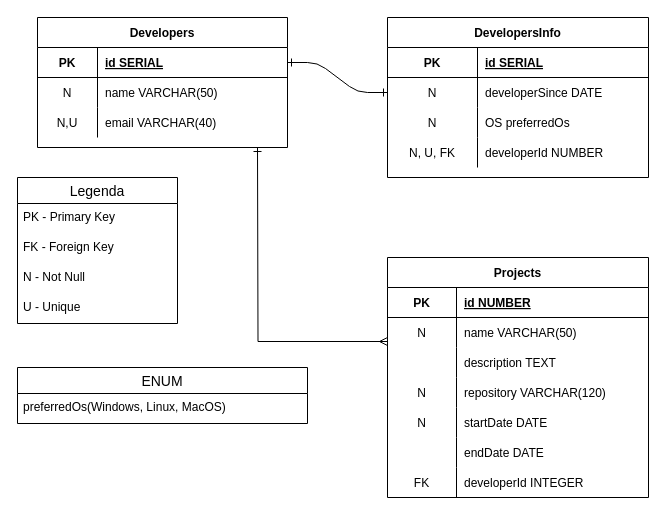
Before: S2-PS01.drawio in raiannalimacode/diagrams, a draw.io diagram. Source tidied: cells renumbered, new cells numbered last; positions are measured from the earlier drawing's top-left corner, leaving out a move shared by most shapes. Both pictures are drawn from the tidied source at 100%, with x=0, y=0 at pixel (17, 17).
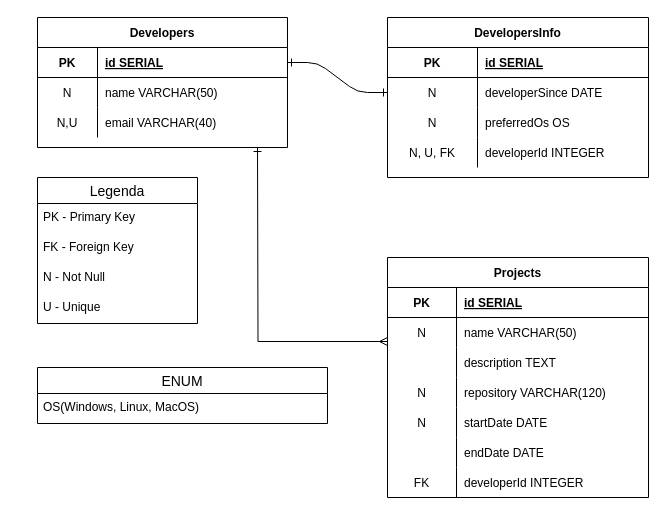
After the change.

The change refers to these unchanged cells:
```xml
<mxCell id="10" style="shape=partialRectangle;fillColor=none;top=0;left=0;right=0;bottom=0;" parent="3" vertex="1">
  <mxGeometry y="90" width="261" height="30" as="geometry" />
</mxCell>
<mxCell id="13" style="shape=partialRectangle;fillColor=none;top=0;left=0;right=0;bottom=0;" parent="3" vertex="1">
  <mxGeometry y="120" width="261" height="30" as="geometry" />
</mxCell>
<mxCell id="17" style="shape=partialRectangle;fillColor=none;top=0;left=0;right=0;bottom=1;" parent="16" vertex="1">
  <mxGeometry y="30" width="261" height="30" as="geometry" />
</mxCell>
```

What changed in the source:
```diff
@@
-    <mxCell id="12" value="OS preferredOs" style="shape=partialRectangle;overflow=hidden;fillColor=none;top=0;left=0;bottom=0;right=0;align=left;spacingLeft=6;" parent="10" vertex="1">
+    <mxCell id="12" value="preferredOs OS" style="shape=partialRectangle;overflow=hidden;fillColor=none;top=0;left=0;bottom=0;right=0;align=left;spacingLeft=6;" parent="10" vertex="1">
       <mxGeometry x="90" width="171" height="30" as="geometry" />
     </mxCell>
@@
-    <mxCell id="15" value="developerId NUMBER " style="shape=partialRectangle;overflow=hidden;fillColor=none;top=0;left=0;bottom=0;right=0;align=left;spacingLeft=6;" parent="13" vertex="1">
+    <mxCell id="15" value="developerId INTEGER " style="shape=partialRectangle;overflow=hidden;fillColor=none;top=0;left=0;bottom=0;right=0;align=left;spacingLeft=6;" parent="13" vertex="1">
       <mxGeometry x="90" width="171" height="30" as="geometry" />
     </mxCell>
@@
-    <mxCell id="19" value="id NUMBER" style="shape=partialRectangle;overflow=hidden;fillColor=none;top=0;left=0;bottom=0;right=0;align=left;spacingLeft=6;fontStyle=5;" parent="17" vertex="1">
+    <mxCell id="19" value="id SERIAL" style="shape=partialRectangle;overflow=hidden;fillColor=none;top=0;left=0;bottom=0;right=0;align=left;spacingLeft=6;fontStyle=5;" parent="17" vertex="1">
       <mxGeometry x="69" width="192" height="30" as="geometry" />
     </mxCell>
@@
     <mxCell id="48" value="Legenda" style="swimlane;fontStyle=0;horizontal=1;startSize=26;align=center;fontSize=14;" parent="1" vertex="1">
-      <mxGeometry y="160" width="160" height="146" as="geometry" />
+      <mxGeometry x="20" y="160" width="160" height="146" as="geometry" />
     </mxCell>
@@
     <mxCell id="53" value="ENUM" style="swimlane;fontStyle=0;horizontal=1;startSize=26;align=center;fontSize=14;" parent="1" vertex="1">
-      <mxGeometry y="350" width="290" height="56" as="geometry" />
+      <mxGeometry x="20" y="350" width="290" height="56" as="geometry" />
     </mxCell>
-    <mxCell id="54" value="preferredOs(Windows, Linux, MacOS)" style="text;strokeColor=none;fillColor=none;spacingLeft=4;spacingRight=4;overflow=hidden;fontSize=12;whiteSpace=wrap;html=1;" parent="53" vertex="1">
+    <mxCell id="54" value="OS(Windows, Linux, MacOS)" style="text;strokeColor=none;fillColor=none;spacingLeft=4;spacingRight=4;overflow=hidden;fontSize=12;whiteSpace=wrap;html=1;" parent="53" vertex="1">
       <mxGeometry y="26" width="290" height="30" as="geometry" />
     </mxCell>
```
